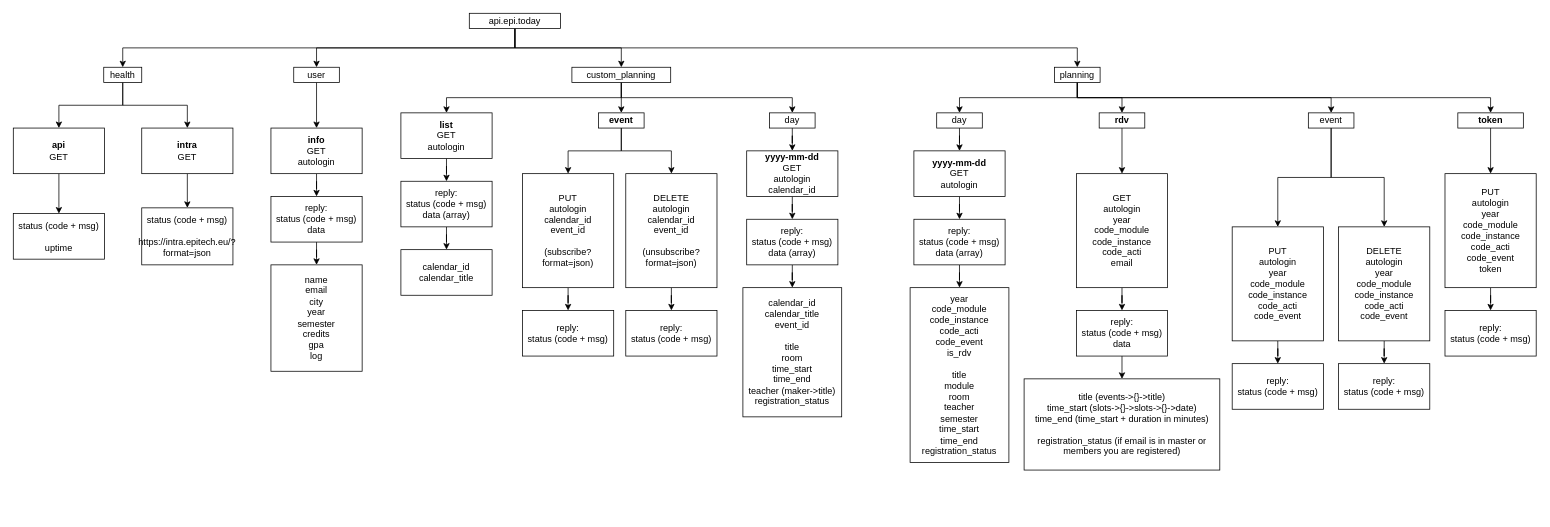
This is doc/v1-diagram.drawio from x4m3/api.epi.today, a draw.io file, before an edit. Source tidied: cells renumbered, new cells numbered last; positions are measured from the earlier drawing's top-left corner, leaving out a move shared by most shapes. Both pictures are drawn from the tidied source at 76%, with x=0, y=0 at pixel (13, 13).
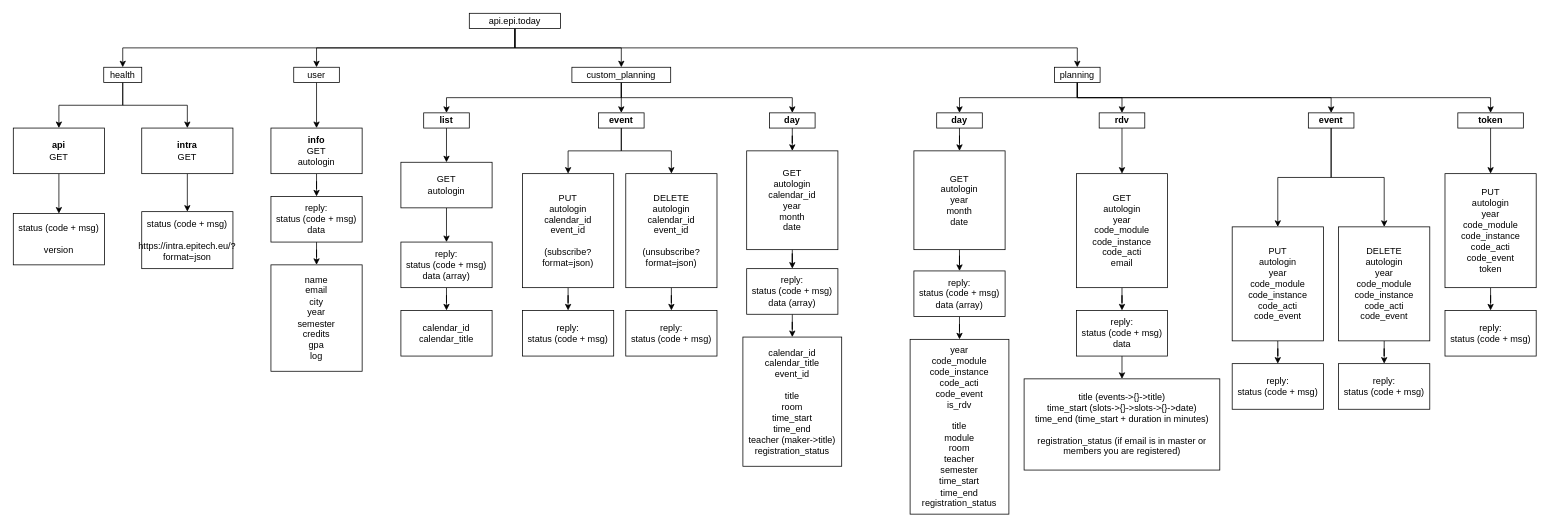
Above is the later version.

Unchanged cells that the change refers to:
```xml
<mxCell id="60" value="custom_planning" style="rounded=0;whiteSpace=wrap;html=1;" parent="1" vertex="1">
  <mxGeometry x="735" y="71" width="130" height="20" as="geometry" />
</mxCell>
```

Change to the diagram source:
```diff
@@
-    <mxCell id="16" value="event" style="rounded=0;whiteSpace=wrap;html=1;" parent="1" vertex="1">
+    <mxCell id="16" value="&lt;b&gt;event&lt;/b&gt;" style="rounded=0;whiteSpace=wrap;html=1;" parent="1" vertex="1">
       <mxGeometry x="1704" y="131" width="60" height="20" as="geometry" />
     </mxCell>
@@
-    <mxCell id="18" value="&lt;b&gt;yyyy-mm-dd&lt;/b&gt;&lt;br&gt;GET&lt;br&gt;autologin" style="rounded=0;whiteSpace=wrap;html=1;" parent="1" vertex="1">
-      <mxGeometry x="1185" y="181" width="120" height="60" as="geometry" />
+    <mxCell id="18" value="GET&lt;br&gt;autologin&lt;br&gt;year&lt;br&gt;month&lt;br&gt;date" style="rounded=0;whiteSpace=wrap;html=1;" parent="1" vertex="1">
+      <mxGeometry x="1185" y="181" width="120" height="130" as="geometry" />
     </mxCell>
@@
     <mxCell id="20" value="reply:&lt;br&gt;status (code + msg)&lt;br&gt;data (array)" style="rounded=0;whiteSpace=wrap;html=1;" parent="1" vertex="1">
-      <mxGeometry x="1185" y="271" width="120" height="60" as="geometry" />
+      <mxGeometry x="1185" y="339" width="120" height="60" as="geometry" />
     </mxCell>
     <mxCell id="21" value="year&lt;br&gt;code_module&lt;br&gt;code_instance&lt;br&gt;code_acti&lt;br&gt;code_event&lt;br&gt;is_rdv&lt;br&gt;&lt;br&gt;title&lt;br&gt;module&lt;br&gt;room&lt;br&gt;teacher&lt;br&gt;semester&lt;br&gt;time_start&lt;br&gt;time_end&lt;br&gt;registration_status" style="rounded=0;whiteSpace=wrap;html=1;" parent="1" vertex="1">
-      <mxGeometry x="1180" y="361" width="130" height="230" as="geometry" />
+      <mxGeometry x="1180" y="429" width="130" height="230" as="geometry" />
     </mxCell>
@@
-    <mxCell id="43" value="&lt;b&gt;yyyy-mm-dd&lt;/b&gt;&lt;br&gt;GET&lt;br&gt;autologin&lt;br&gt;calendar_id" style="rounded=0;whiteSpace=wrap;html=1;" parent="1" vertex="1">
-      <mxGeometry x="965" y="181" width="120" height="60" as="geometry" />
+    <mxCell id="43" value="GET&lt;br&gt;autologin&lt;br&gt;calendar_id&lt;br&gt;year&lt;br&gt;month&lt;br&gt;date" style="rounded=0;whiteSpace=wrap;html=1;" parent="1" vertex="1">
+      <mxGeometry x="965" y="181" width="120" height="130" as="geometry" />
     </mxCell>
@@
     <mxCell id="45" value="reply:&lt;br&gt;status (code + msg)&lt;br&gt;data (array)" style="rounded=0;whiteSpace=wrap;html=1;" parent="1" vertex="1">
-      <mxGeometry x="965" y="271" width="120" height="60" as="geometry" />
+      <mxGeometry x="965" y="336" width="120" height="60" as="geometry" />
     </mxCell>
@@
-    <mxCell id="47" value="day" style="rounded=0;whiteSpace=wrap;html=1;" parent="1" vertex="1">
+    <mxCell id="47" value="&lt;b&gt;day&lt;/b&gt;" style="rounded=0;whiteSpace=wrap;html=1;" parent="1" vertex="1">
       <mxGeometry x="1215" y="131" width="60" height="20" as="geometry" />
     </mxCell>
@@
-    <mxCell id="49" value="day" style="rounded=0;whiteSpace=wrap;html=1;" parent="1" vertex="1">
+    <mxCell id="49" value="&lt;b&gt;day&lt;/b&gt;" style="rounded=0;whiteSpace=wrap;html=1;" parent="1" vertex="1">
       <mxGeometry x="995" y="131" width="60" height="20" as="geometry" />
     </mxCell>
     <mxCell id="50" value="calendar_id&lt;br&gt;calendar_title&lt;br&gt;event_id&lt;br&gt;&lt;br&gt;title&lt;br&gt;room&lt;br&gt;time_start&lt;br&gt;time_end&lt;br&gt;teacher (maker-&amp;gt;title)&lt;br&gt;registration_status" style="rounded=0;whiteSpace=wrap;html=1;" parent="1" vertex="1">
-      <mxGeometry x="960" y="361" width="130" height="170" as="geometry" />
+      <mxGeometry x="960" y="426" width="130" height="170" as="geometry" />
     </mxCell>
@@
-    <mxCell id="57" style="edgeStyle=orthogonalEdgeStyle;rounded=0;jettySize=auto;html=1;exitX=0.5;exitY=1;exitDx=0;exitDy=0;" parent="1" edge="1" source="60" target="62">
-      <mxGeometry relative="1" as="geometry" />
-    </mxCell>
@@
+    <mxCell id="81" style="edgeStyle=orthogonalEdgeStyle;rounded=0;jettySize=auto;html=1;exitX=0.5;exitY=1;exitDx=0;exitDy=0;" parent="1" edge="1" source="60" target="83">
+      <mxGeometry relative="1" as="geometry" />
+    </mxCell>
@@
-    <mxCell id="62" value="&lt;b&gt;list&lt;/b&gt;&lt;br&gt;GET&lt;br&gt;autologin" style="rounded=0;whiteSpace=wrap;html=1;" parent="1" vertex="1">
-      <mxGeometry x="510" y="131" width="120" height="60" as="geometry" />
+    <mxCell id="62" value="GET&lt;br&gt;autologin" style="rounded=0;whiteSpace=wrap;html=1;" parent="1" vertex="1">
+      <mxGeometry x="510" y="196" width="120" height="60" as="geometry" />
     </mxCell>
@@
     <mxCell id="67" value="reply:&lt;br&gt;status (code + msg)&lt;br&gt;data (array)" style="rounded=0;whiteSpace=wrap;html=1;" parent="1" vertex="1">
-      <mxGeometry x="510" y="221" width="120" height="60" as="geometry" />
+      <mxGeometry x="510" y="301" width="120" height="60" as="geometry" />
     </mxCell>
     <mxCell id="68" value="calendar_id&lt;br&gt;calendar_title" style="rounded=0;whiteSpace=wrap;html=1;" parent="1" vertex="1">
-      <mxGeometry x="510" y="311" width="120" height="60" as="geometry" />
+      <mxGeometry x="510" y="391" width="120" height="60" as="geometry" />
     </mxCell>
@@
     <mxCell id="73" value="status (code + msg)&lt;br&gt;&lt;br&gt;https://intra.epitech.eu/?format=json" style="rounded=0;whiteSpace=wrap;html=1;" parent="1" vertex="1">
-      <mxGeometry x="169" y="256" width="120" height="75" as="geometry" />
+      <mxGeometry x="169" y="261" width="120" height="75" as="geometry" />
     </mxCell>
@@
-    <mxCell id="78" value="status (code + msg)&lt;br&gt;&lt;br&gt;uptime" style="rounded=0;whiteSpace=wrap;html=1;" parent="1" vertex="1">
-      <mxGeometry y="263.5" width="120" height="60" as="geometry" />
+    <mxCell id="78" value="status (code + msg)&lt;br&gt;&lt;br&gt;version" style="rounded=0;whiteSpace=wrap;html=1;" parent="1" vertex="1">
+      <mxGeometry y="263.5" width="120" height="67.5" as="geometry" />
     </mxCell>
@@
+    <mxCell id="82" style="edgeStyle=orthogonalEdgeStyle;rounded=0;jettySize=auto;html=1;exitX=0.5;exitY=1;exitDx=0;exitDy=0;" parent="1" edge="1" source="83" target="62">
+      <mxGeometry relative="1" as="geometry" />
+    </mxCell>
+    <mxCell id="83" value="&lt;b&gt;list&lt;/b&gt;" style="rounded=0;whiteSpace=wrap;html=1;" parent="1" vertex="1">
+      <mxGeometry x="540" y="131" width="60" height="20" as="geometry" />
+    </mxCell>
```
